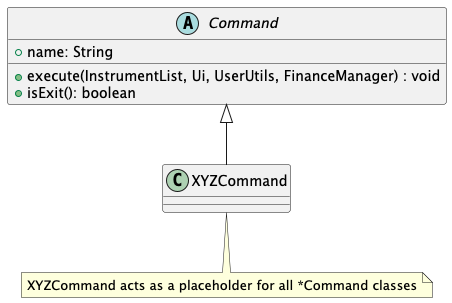
Above: docs/uml-diagrams/CommandClass-0.png in adoorknob/tp (PlantUML), before the change. Source of this version:
```plantuml
@startuml
abstract class Command {
+name: String
+execute(InstrumentList, Ui, UserUtils, FinanceManager) : void
+isExit(): boolean
}

class XYZCommand

Command <|-- XYZCommand

note "XYZCommand acts as a placeholder for all *Command classes" as N1

XYZCommand .. N1
@enduml
```
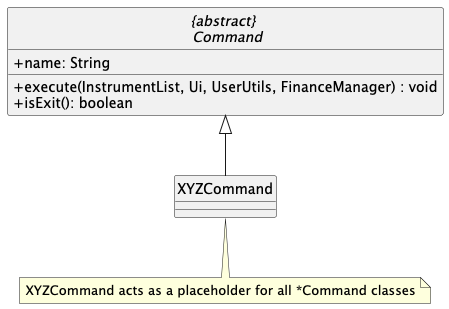
After the commit.

Change to the diagram source:
```diff
@@ -1,5 +1,7 @@
 @startuml
-abstract class Command {
+hide circle
+skinparam classAttributeIconSize 0
+abstract "{abstract} \n Command" {
 +name: String
 +execute(InstrumentList, Ui, UserUtils, FinanceManager) : void
 +isExit(): boolean
@@ -7,7 +9,7 @@
 
 class XYZCommand
 
-Command <|-- XYZCommand
+ "{abstract} \n Command"<|-- XYZCommand
 
 note "XYZCommand acts as a placeholder for all *Command classes" as N1
 
```
